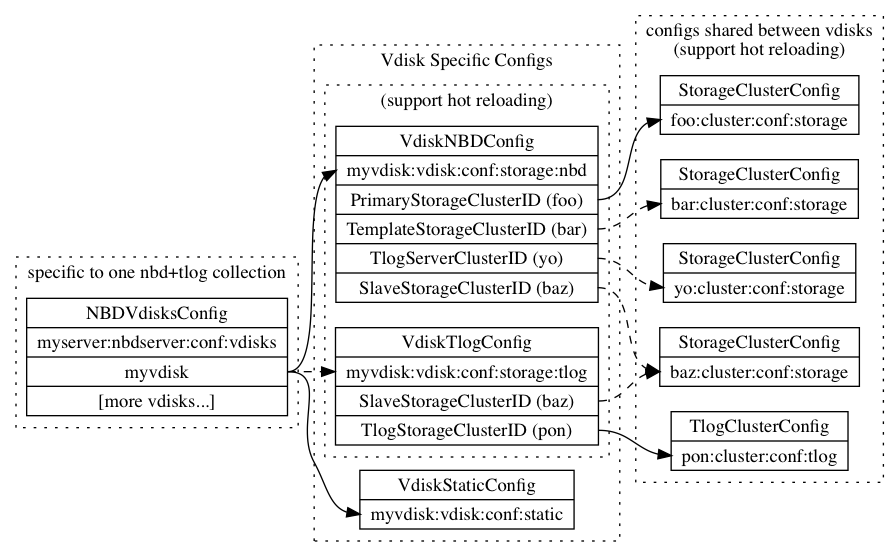
Above: docs/assets/config_relations.png in g8os/EFBD (Graphviz), before the change. Its source is kept beside it as docs/assets/src/config_relations.dot.
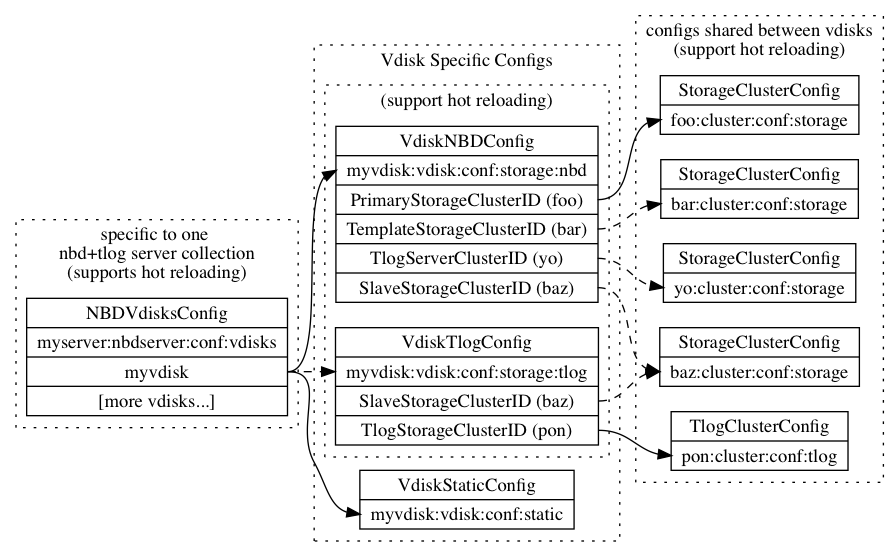
The same diagram one commit later.

Commit message:
improve config overview docs

+ fix some spelling mistakes;
+ add reference to the new file->etcd config tool;
+ add some missing information about the config division;

Diff of the diagram source:
```diff
@@ -2,7 +2,7 @@
     rankdir = "LR"
 
     subgraph clusterVdisks {
-        label = "specific to one nbd+tlog collection"
+        label = "specific to one \nnbd+tlog server collection\n(supports hot reloading)"
         style = "dotted"
 
         NBDVdisksConfig [
```
